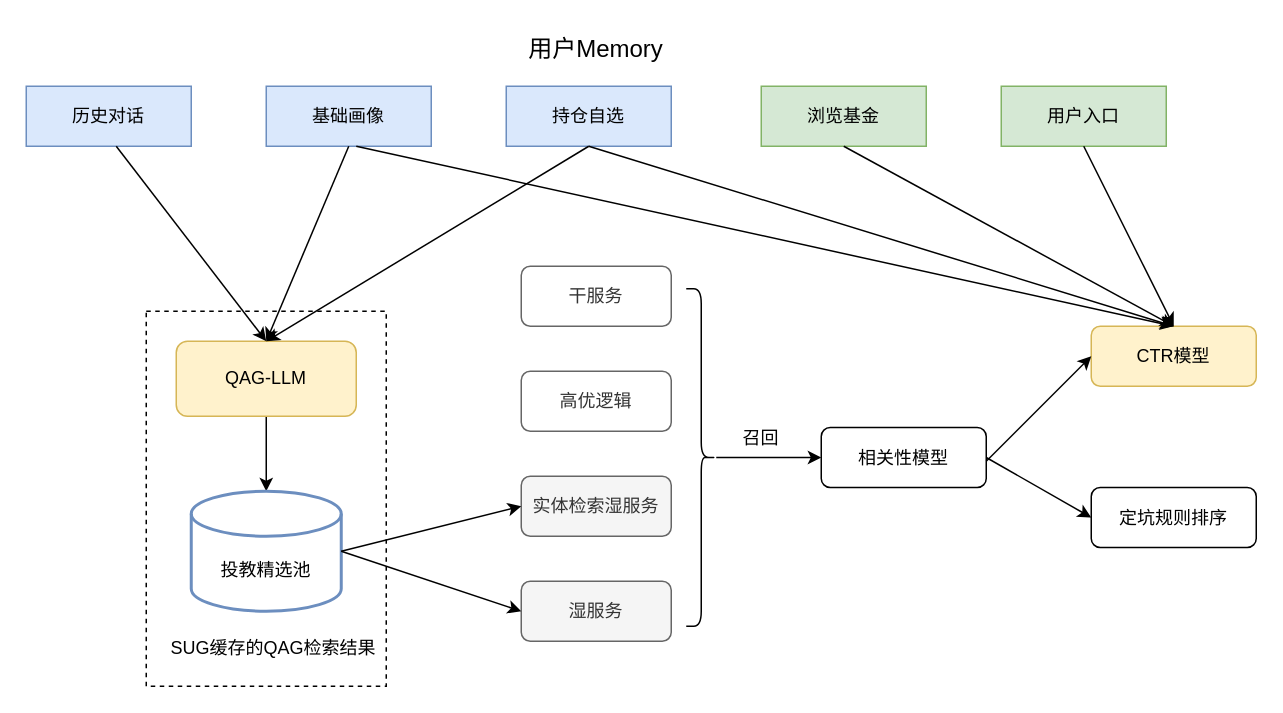
ZhangHammer/ZhangHammer keeps this draw.io diagram as 猜问融入用户历史.drawio. Above is the earlier version. Source tidied: cells renumbered, new cells numbered last; positions are measured from the earlier drawing's top-left corner, leaving out a move shared by most shapes. Both pictures are drawn from the tidied source at 150%, with x=0, y=0 at pixel (26, 26).
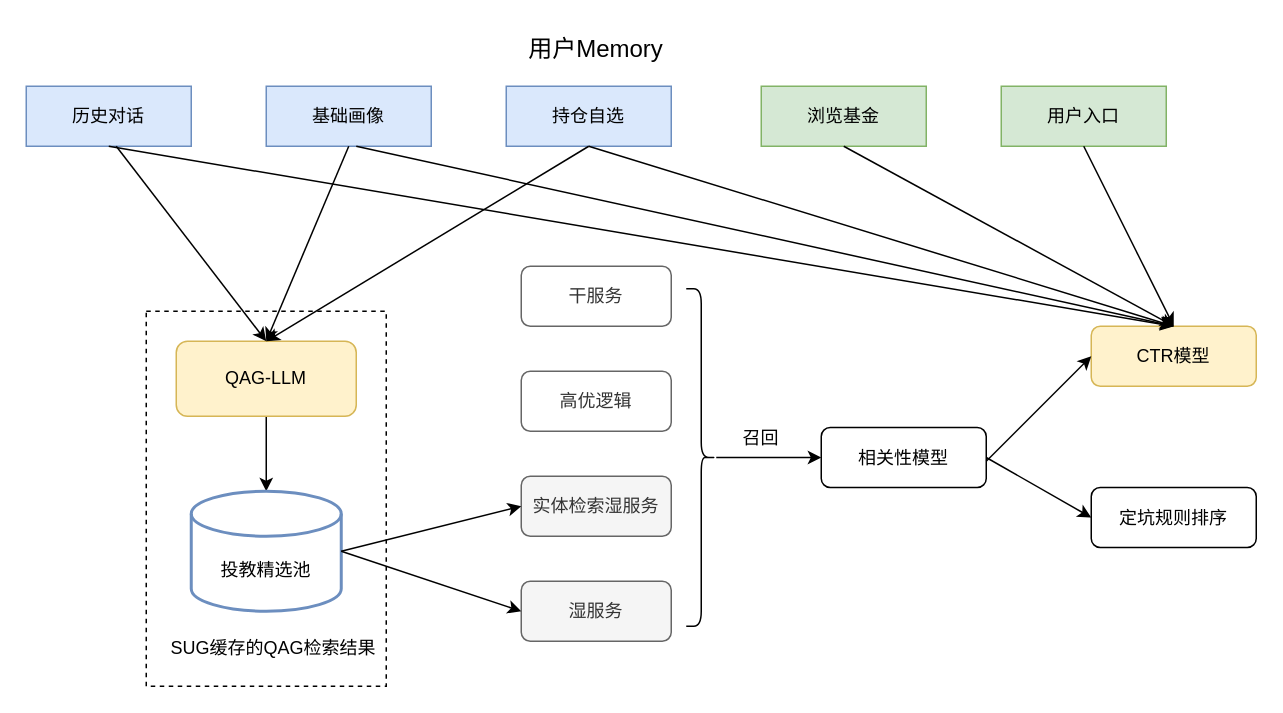
The same diagram, later.

Commit message (it also covers changes not shown here):
猜问融入用户历史.drawio

Unchanged cells that the change refers to:
```xml
<mxCell id="3" value="历史对话" style="rounded=0;whiteSpace=wrap;html=1;fillColor=#dae8fc;strokeColor=#6c8ebf;" parent="1" vertex="1">
  <mxGeometry y="40" width="110" height="40" as="geometry" />
</mxCell>
<mxCell id="21" value="CTR模型" style="rounded=1;whiteSpace=wrap;html=1;fillColor=#fff2cc;strokeColor=#d6b656;" parent="1" vertex="1">
  <mxGeometry x="710" y="200" width="110" height="40" as="geometry" />
</mxCell>
```

What changed in the source:
```diff
@@
+    <mxCell id="34" style="endArrow=classic;html=1;rounded=0;entryX=0.5;entryY=0;entryDx=0;entryDy=0;exitX=0.5;exitY=1;exitDx=0;exitDy=0;" parent="1" edge="1" source="3" target="21">
+      <mxGeometry relative="1" as="geometry" />
+    </mxCell>
```
